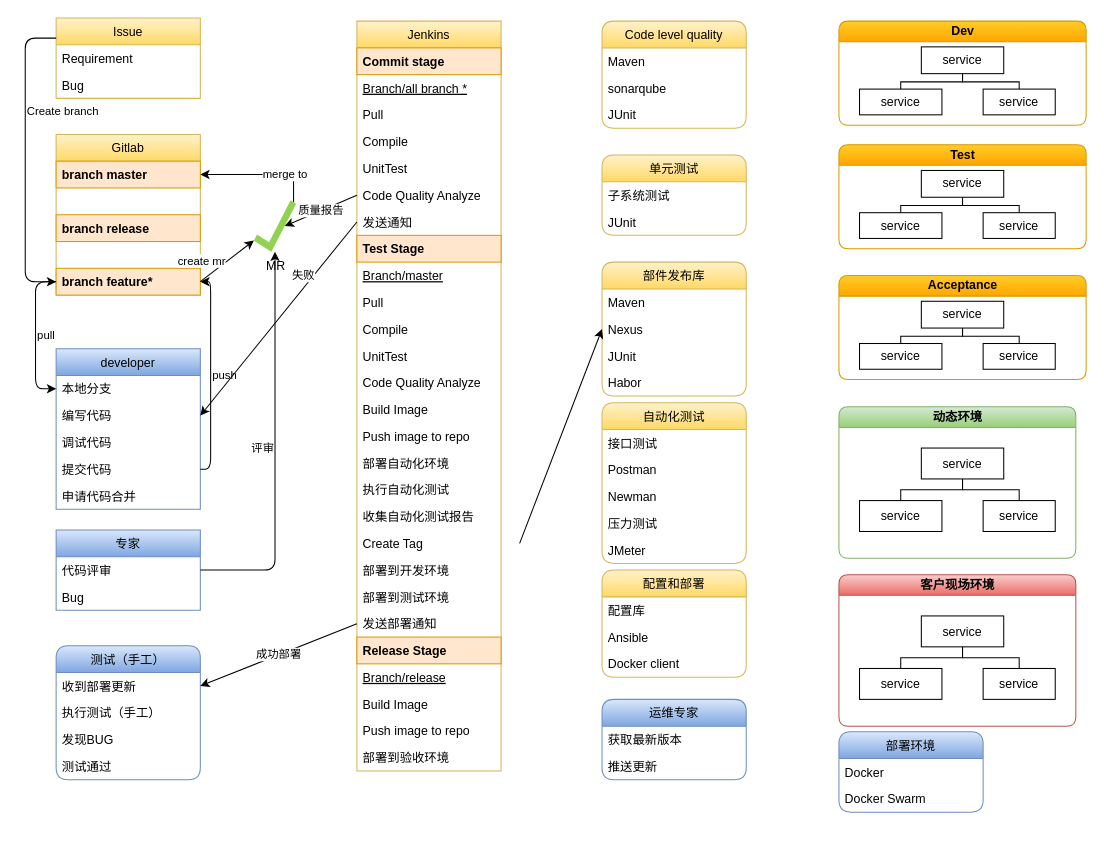
jasonhu/blog keeps this draw.io diagram as page "持续集成流水线" (3 of 3) of devops.drawio. Above is the earlier version. Source tidied: cells renumbered, new cells numbered last; positions are measured from the earlier drawing's top-left corner, leaving out a move shared by most shapes. Both pictures are drawn from the tidied source at 103%, with x=0, y=0 at pixel (25, 18).
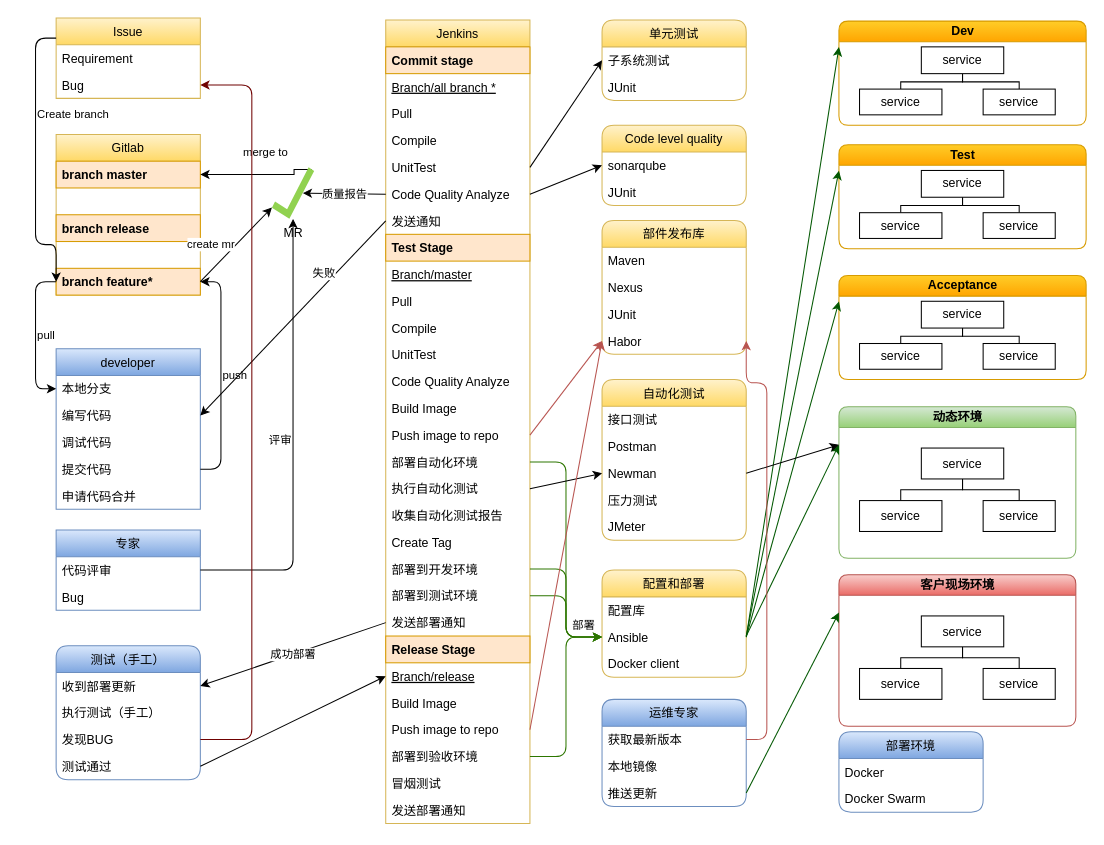
After the change.

The change refers to these unchanged cells:
```xml
<mxCell id="7" value="UnitTest" style="text;strokeColor=none;fillColor=none;align=left;verticalAlign=top;spacingLeft=4;spacingRight=4;overflow=hidden;points=[[0,0.5],[1,0.5]];portConstraint=eastwest;" parent="2" vertex="1">
<mxCell id="8" value="Code Quality Analyze" style="text;strokeColor=none;fillColor=none;align=left;verticalAlign=top;spacingLeft=4;spacingRight=4;overflow=hidden;points=[[0,0.5],[1,0.5]];portConstraint=eastwest;" parent="2" vertex="1">
<mxCell id="17" value="Push image to repo" style="text;strokeColor=none;fillColor=none;align=left;verticalAlign=top;spacingLeft=4;spacingRight=4;overflow=hidden;points=[[0,0.5],[1,0.5]];portConstraint=eastwest;" parent="2" vertex="1">
<mxCell id="18" value="部署自动化环境" style="text;strokeColor=none;fillColor=none;align=left;verticalAlign=top;spacingLeft=4;spacingRight=4;overflow=hidden;points=[[0,0.5],[1,0.5]];portConstraint=eastwest;" parent="2" vertex="1">
<mxCell id="19" value="执行自动化测试" style="text;strokeColor=none;fillColor=none;align=left;verticalAlign=top;spacingLeft=4;spacingRight=4;overflow=hidden;points=[[0,0.5],[1,0.5]];portConstraint=eastwest;" parent="2" vertex="1">
<mxCell id="22" value="部署到开发环境" style="text;strokeColor=none;fillColor=none;align=left;verticalAlign=top;spacingLeft=4;spacingRight=4;overflow=hidden;points=[[0,0.5],[1,0.5]];portConstraint=eastwest;" parent="2" vertex="1">
<mxCell id="23" value="部署到测试环境" style="text;strokeColor=none;fillColor=none;align=left;verticalAlign=top;spacingLeft=4;spacingRight=4;overflow=hidden;points=[[0,0.5],[1,0.5]];portConstraint=eastwest;" parent="2" vertex="1">
<mxCell id="26" value="Branch/release" style="text;strokeColor=none;fillColor=none;align=left;verticalAlign=top;spacingLeft=4;spacingRight=4;overflow=hidden;points=[[0,0.5],[1,0.5]];portConstraint=eastwest;fontStyle=4;" parent="2" vertex="1">
<mxCell id="28" value="Push image to repo" style="text;strokeColor=none;fillColor=none;align=left;verticalAlign=top;spacingLeft=4;spacingRight=4;overflow=hidden;points=[[0,0.5],[1,0.5]];portConstraint=eastwest;" parent="2" vertex="1">
<mxCell id="29" value="部署到验收环境" style="text;strokeColor=none;fillColor=none;align=left;verticalAlign=top;spacingLeft=4;spacingRight=4;overflow=hidden;points=[[0,0.5],[1,0.5]];portConstraint=eastwest;" parent="2" vertex="1">
<mxCell id="36" value="Nexus" style="text;strokeColor=none;fillColor=none;align=left;verticalAlign=top;spacingLeft=4;spacingRight=4;overflow=hidden;points=[[0,0.5],[1,0.5]];portConstraint=eastwest;" parent="34" vertex="1">
<mxCell id="38" value="Habor&#10;" style="text;strokeColor=none;fillColor=none;align=left;verticalAlign=top;spacingLeft=4;spacingRight=4;overflow=hidden;points=[[0,0.5],[1,0.5]];portConstraint=eastwest;" parent="34" vertex="1">
<mxCell id="40" value="子系统测试" style="text;strokeColor=none;fillColor=none;align=left;verticalAlign=top;spacingLeft=4;spacingRight=4;overflow=hidden;points=[[0,0.5],[1,0.5]];portConstraint=eastwest;" parent="39" vertex="1">
<mxCell id="45" value="Newman&#10;" style="text;strokeColor=none;fillColor=none;align=left;verticalAlign=top;spacingLeft=4;spacingRight=4;overflow=hidden;points=[[0,0.5],[1,0.5]];portConstraint=eastwest;" parent="42" vertex="1">
<mxCell id="50" value="Ansible" style="text;strokeColor=none;fillColor=none;align=left;verticalAlign=top;spacingLeft=4;spacingRight=4;overflow=hidden;points=[[0,0.5],[1,0.5]];portConstraint=eastwest;" parent="48" vertex="1">
<mxCell id="52" value="动态环境" style="swimlane;html=1;startSize=20;horizontal=1;containerType=tree;rounded=1;fillColor=#d5e8d4;gradientColor=#97d077;strokeColor=#82b366;" parent="1" vertex="1">
<mxCell id="59" value="Dev" style="swimlane;html=1;startSize=20;horizontal=1;containerType=tree;rounded=1;fillColor=#ffcd28;gradientColor=#ffa500;strokeColor=#d79b00;" parent="58" vertex="1">
<mxCell id="66" value="Test" style="swimlane;html=1;startSize=20;horizontal=1;containerType=tree;rounded=1;fillColor=#ffcd28;gradientColor=#ffa500;strokeColor=#d79b00;" parent="65" vertex="1">
<mxCell id="72" value="Acceptance" style="swimlane;html=1;startSize=20;horizontal=1;containerType=tree;rounded=1;fillColor=#ffcd28;gradientColor=#ffa500;strokeColor=#d79b00;" parent="1" vertex="1">
<mxCell id="78" value="客户现场环境" style="swimlane;html=1;startSize=20;horizontal=1;containerType=tree;rounded=1;fillColor=#f8cecc;gradientColor=#ea6b66;strokeColor=#b85450;" parent="1" vertex="1">
<mxCell id="85" value="获取最新版本" style="text;strokeColor=none;fillColor=none;align=left;verticalAlign=top;spacingLeft=4;spacingRight=4;overflow=hidden;points=[[0,0.5],[1,0.5]];portConstraint=eastwest;" parent="84" vertex="1">
<mxCell id="90" value="发现BUG" style="text;strokeColor=none;fillColor=none;align=left;verticalAlign=top;spacingLeft=4;spacingRight=4;overflow=hidden;points=[[0,0.5],[1,0.5]];portConstraint=eastwest;" parent="87" vertex="1">
<mxCell id="91" value="测试通过" style="text;strokeColor=none;fillColor=none;align=left;verticalAlign=top;spacingLeft=4;spacingRight=4;overflow=hidden;points=[[0,0.5],[1,0.5]];portConstraint=eastwest;" parent="87" vertex="1">
<mxCell id="95" value="Gitlab" style="swimlane;fontStyle=0;horizontal=1;startSize=26;fillColor=#fff2cc;gradientColor=#ffd966;strokeColor=#d6b656;" parent="1" vertex="1">
<mxCell id="100" value="branch feature*" style="text;strokeColor=#d79b00;fillColor=#ffe6cc;align=left;verticalAlign=top;spacingLeft=4;spacingRight=4;overflow=hidden;points=[[0,0.5],[1,0.5]];portConstraint=eastwest;fontStyle=1;" parent="95" vertex="1">
<mxCell id="101" value="Issue" style="swimlane;fontStyle=0;horizontal=1;startSize=26;rounded=0;swimlaneLine=1;gradientColor=#ffd966;fillColor=#fff2cc;strokeColor=#d6b656;" parent="1" vertex="1">
<mxCell id="103" value="Bug" style="text;strokeColor=none;fillColor=none;align=left;verticalAlign=top;spacingLeft=4;spacingRight=4;overflow=hidden;points=[[0,0.5],[1,0.5]];portConstraint=eastwest;" parent="101" vertex="1">
<mxCell id="108" value="提交代码&#10;" style="text;strokeColor=none;fillColor=none;align=left;verticalAlign=top;spacingLeft=4;spacingRight=4;overflow=hidden;points=[[0,0.5],[1,0.5]];portConstraint=eastwest;" parent="104" vertex="1">
```

Diff of the diagram source:
```diff
@@
     <mxCell id="2" value="Jenkins" style="swimlane;fontStyle=0;horizontal=1;startSize=26;fillColor=#fff2cc;gradientColor=#ffd966;strokeColor=#d6b656;" parent="1" vertex="1">
-      <mxGeometry x="322" y="3" width="140" height="728" as="geometry" />
+      <mxGeometry x="350" y="2" width="140" height="780" as="geometry" />
     </mxCell>
@@
+    <mxCell id="124" value="冒烟测试" style="text;strokeColor=none;fillColor=none;align=left;verticalAlign=top;spacingLeft=4;spacingRight=4;overflow=hidden;" parent="2" vertex="1">
+      <mxGeometry y="728" width="140" height="26" as="geometry" />
+    </mxCell>
+    <mxCell id="125" value="发送部署通知" style="text;strokeColor=none;fillColor=none;align=left;verticalAlign=top;spacingLeft=4;spacingRight=4;overflow=hidden;" parent="2" vertex="1">
+      <mxGeometry y="754" width="140" height="26" as="geometry" />
+    </mxCell>
     <mxCell id="30" value="Code level quality" style="swimlane;fontStyle=0;horizontal=1;startSize=26;fillColor=#fff2cc;rounded=1;strokeColor=#d6b656;swimlaneLine=1;gradientColor=#ffd966;" parent="1" vertex="1">
-      <mxGeometry x="560" y="3" width="140" height="104" as="geometry" />
+      <mxGeometry x="560" y="104" width="140" height="78" as="geometry" />
     </mxCell>
-    <mxCell id="31" value="Maven&#10;" style="text;strokeColor=none;fillColor=none;align=left;verticalAlign=top;spacingLeft=4;spacingRight=4;overflow=hidden;" parent="30" vertex="1">
-      <mxGeometry y="26" width="140" height="26" as="geometry" />
-    </mxCell>
     <mxCell id="32" value="sonarqube" style="text;strokeColor=none;fillColor=none;align=left;verticalAlign=top;spacingLeft=4;spacingRight=4;overflow=hidden;points=[[0,0.5],[1,0.5]];portConstraint=eastwest;" parent="30" vertex="1">
-      <mxGeometry y="52" width="140" height="26" as="geometry" />
+      <mxGeometry y="26" width="140" height="26" as="geometry" />
     </mxCell>
     <mxCell id="33" value="JUnit" style="text;strokeColor=none;fillColor=none;align=left;verticalAlign=top;spacingLeft=4;spacingRight=4;overflow=hidden;" parent="30" vertex="1">
-      <mxGeometry y="78" width="140" height="26" as="geometry" />
+      <mxGeometry y="52" width="140" height="26" as="geometry" />
     </mxCell>
     <mxCell id="34" value="部件发布库" style="swimlane;fontStyle=0;horizontal=1;startSize=26;fillColor=#fff2cc;rounded=1;strokeColor=#d6b656;gradientColor=#ffd966;" parent="1" vertex="1">
-      <mxGeometry x="560" y="237" width="140" height="130" as="geometry" />
+      <mxGeometry x="560" y="196.5" width="140" height="130" as="geometry" />
     </mxCell>
@@
     <mxCell id="39" value="单元测试" style="swimlane;fontStyle=0;horizontal=1;startSize=26;fillColor=#fff2cc;rounded=1;strokeColor=#d6b656;gradientColor=#ffd966;" parent="1" vertex="1">
-      <mxGeometry x="560" y="133" width="140" height="78" as="geometry" />
+      <mxGeometry x="560" y="2" width="140" height="78" as="geometry" />
     </mxCell>
@@
     <mxCell id="42" value="自动化测试" style="swimlane;fontStyle=0;horizontal=1;startSize=26;fillColor=#fff2cc;rounded=1;strokeColor=#d6b656;gradientColor=#ffd966;" parent="1" vertex="1">
-      <mxGeometry x="560" y="373.5" width="140" height="156" as="geometry" />
+      <mxGeometry x="560" y="351" width="140" height="156" as="geometry" />
     </mxCell>
@@
     <mxCell id="84" value="运维专家" style="swimlane;fontStyle=0;horizontal=1;startSize=26;fillColor=#dae8fc;rounded=1;strokeColor=#6c8ebf;gradientColor=#7ea6e0;" parent="1" vertex="1">
-      <mxGeometry x="560" y="661.5" width="140" height="78" as="geometry" />
+      <mxGeometry x="560" y="661.5" width="140" height="104" as="geometry" />
     </mxCell>
@@
-    <mxCell id="86" value="推送更新" style="text;strokeColor=none;fillColor=none;align=left;verticalAlign=top;spacingLeft=4;spacingRight=4;overflow=hidden;" parent="84" vertex="1">
+    <mxCell id="86" value="本地镜像" style="text;strokeColor=none;fillColor=none;align=left;verticalAlign=top;spacingLeft=4;spacingRight=4;overflow=hidden;" parent="84" vertex="1">
       <mxGeometry y="52" width="140" height="26" as="geometry" />
     </mxCell>
+    <mxCell id="126" value="推送更新" style="text;strokeColor=none;fillColor=none;align=left;verticalAlign=top;spacingLeft=4;spacingRight=4;overflow=hidden;points=[[0,0.5],[1,0.5]];portConstraint=eastwest;" parent="84" vertex="1">
+      <mxGeometry y="78" width="140" height="26" as="geometry" />
+    </mxCell>
@@
     <mxCell id="113" value="Create branch" style="endArrow=classic;html=1;entryX=0;entryY=0.5;entryDx=0;entryDy=0;exitX=0;exitY=0.25;exitDx=0;exitDy=0;edgeStyle=orthogonalEdgeStyle;align=left;" parent="1" edge="1" source="101" target="100">
       <mxGeometry x="-0.32" relative="1" as="geometry">
         <Array as="points">
-          <mxPoint y="20" />
-          <mxPoint y="256" />
+          <mxPoint x="10" y="20" />
+          <mxPoint x="10" y="220" />
+          <mxPoint x="30" y="220" />
         </Array>
       </mxGeometry>
     </mxCell>
@@
     <mxCell id="115" value="push" style="endArrow=classic;html=1;align=left;entryX=1;entryY=0.5;entryDx=0;entryDy=0;edgeStyle=orthogonalEdgeStyle;exitX=1;exitY=0.5;exitDx=0;exitDy=0;" parent="1" edge="1" source="108" target="100">
-      <mxGeometry relative="1" as="geometry" />
+      <mxGeometry relative="1" as="geometry">
+        <Array as="points">
+          <mxPoint x="190" y="438" />
+          <mxPoint x="190" y="256" />
+        </Array>
+      </mxGeometry>
     </mxCell>
     <mxCell id="116" value="merge to" style="edgeStyle=orthogonalEdgeStyle;rounded=0;jettySize=auto;html=1;align=left;entryX=1;entryY=0.25;entryDx=0;entryDy=0;exitX=0.94;exitY=0.04;exitDx=0;exitDy=0;exitPerimeter=0;" parent="1" edge="1" source="117" target="95">
-      <mxGeometry relative="1" as="geometry">
+      <mxGeometry x="0.29" y="-22" relative="1" as="geometry">
         <Array as="points">
           <mxPoint x="261" y="152" />
         </Array>
       </mxGeometry>
     </mxCell>
     <mxCell id="117" value="MR" style="shadow=0;dashed=0;html=1;strokeColor=none;labelPosition=center;verticalLabelPosition=bottom;verticalAlign=top;align=center;shape=mxgraph.mscae.general.checkmark;fillColor=#91D250;rounded=0;" parent="1" vertex="1">
-      <mxGeometry x="222" y="177" width="41" height="50" as="geometry" />
+      <mxGeometry x="239.5" y="145" width="41" height="50" as="geometry" />
     </mxCell>
@@
-    <mxCell id="123" style="endArrow=classic;html=1;align=center;entryX=0;entryY=0.5;entryDx=0;entryDy=0;" parent="1" edge="1" target="36">
-      <mxGeometry relative="1" as="geometry">
-        <mxPoint x="480" y="510" as="sourcePoint" />
-      </mxGeometry>
+    <mxCell id="123" style="endArrow=classic;html=1;align=center;entryX=0;entryY=0.5;entryDx=0;entryDy=0;exitX=1;exitY=0.5;exitDx=0;exitDy=0;gradientColor=#ea6b66;fillColor=#f8cecc;strokeColor=#b85450;" parent="1" edge="1" source="17" target="38">
+      <mxGeometry relative="1" as="geometry" />
     </mxCell>
+    <mxCell id="127" style="endArrow=classic;html=1;align=center;exitX=1;exitY=0.5;exitDx=0;exitDy=0;entryX=0;entryY=0.5;entryDx=0;entryDy=0;edgeStyle=orthogonalEdgeStyle;fillColor=#60a917;strokeColor=#2D7600;" parent="1" edge="1" source="18" target="50">
+      <mxGeometry relative="1" as="geometry" />
+    </mxCell>
+    <mxCell id="128" style="endArrow=classic;html=1;align=center;exitX=1;exitY=0.5;exitDx=0;exitDy=0;entryX=0;entryY=0.5;entryDx=0;entryDy=0;" parent="1" edge="1" source="19" target="45">
+      <mxGeometry relative="1" as="geometry" />
+    </mxCell>
+    <mxCell id="129" style="endArrow=classic;html=1;align=center;exitX=1;exitY=0.5;exitDx=0;exitDy=0;entryX=0;entryY=0.5;entryDx=0;entryDy=0;edgeStyle=orthogonalEdgeStyle;fillColor=#60a917;strokeColor=#2D7600;" parent="1" edge="1" source="22" target="50">
+      <mxGeometry relative="1" as="geometry" />
+    </mxCell>
+    <mxCell id="130" style="endArrow=classic;html=1;align=center;exitX=1;exitY=0.5;exitDx=0;exitDy=0;entryX=0;entryY=0.5;entryDx=0;entryDy=0;edgeStyle=orthogonalEdgeStyle;fillColor=#60a917;strokeColor=#2D7600;" parent="1" edge="1" source="23" target="50">
+      <mxGeometry relative="1" as="geometry" />
+    </mxCell>
+    <mxCell id="131" value="部署" style="endArrow=classic;html=1;align=center;exitX=1;exitY=0.5;exitDx=0;exitDy=0;entryX=0;entryY=0.5;entryDx=0;entryDy=0;edgeStyle=orthogonalEdgeStyle;fillColor=#60a917;strokeColor=#2D7600;" parent="1" edge="1" source="29" target="50">
+      <mxGeometry x="0.81" y="11" relative="1" as="geometry" />
+    </mxCell>
+    <mxCell id="132" style="endArrow=classic;html=1;align=center;exitX=1;exitY=0.5;exitDx=0;exitDy=0;entryX=0;entryY=0.5;entryDx=0;entryDy=0;gradientColor=#ea6b66;fillColor=#f8cecc;strokeColor=#b85450;" parent="1" edge="1" source="28" target="38">
+      <mxGeometry relative="1" as="geometry" />
+    </mxCell>
+    <mxCell id="133" style="endArrow=classic;html=1;align=center;entryX=0;entryY=0.25;entryDx=0;entryDy=0;fillColor=#008a00;strokeColor=#005700;" parent="1" edge="1" target="66">
+      <mxGeometry relative="1" as="geometry">
+        <mxPoint x="700" y="600" as="sourcePoint" />
+      </mxGeometry>
+    </mxCell>
+    <mxCell id="134" style="endArrow=classic;html=1;align=center;exitX=1;exitY=0.5;exitDx=0;exitDy=0;entryX=0;entryY=0.25;entryDx=0;entryDy=0;fillColor=#008a00;strokeColor=#005700;" parent="1" edge="1" source="50" target="72">
+      <mxGeometry relative="1" as="geometry" />
+    </mxCell>
+    <mxCell id="135" style="endArrow=classic;html=1;align=center;exitX=1;exitY=0.5;exitDx=0;exitDy=0;entryX=0;entryY=0.25;entryDx=0;entryDy=0;fillColor=#008a00;strokeColor=#005700;" parent="1" edge="1" source="50" target="59">
+      <mxGeometry relative="1" as="geometry" />
+    </mxCell>
+    <mxCell id="136" style="endArrow=classic;html=1;align=center;entryX=0;entryY=0.25;entryDx=0;entryDy=0;fillColor=#008a00;strokeColor=#005700;" parent="1" edge="1" target="52">
+      <mxGeometry relative="1" as="geometry">
+        <mxPoint x="700" y="600" as="sourcePoint" />
+      </mxGeometry>
+    </mxCell>
+    <mxCell id="137" style="endArrow=classic;html=1;align=center;entryX=0;entryY=0.25;entryDx=0;entryDy=0;exitX=1;exitY=0.5;exitDx=0;exitDy=0;fillColor=#008a00;strokeColor=#005700;" parent="1" edge="1" source="126" target="78">
+      <mxGeometry relative="1" as="geometry" />
+    </mxCell>
+    <mxCell id="138" style="endArrow=classic;html=1;align=center;entryX=1;entryY=0.5;entryDx=0;entryDy=0;exitX=1;exitY=0.5;exitDx=0;exitDy=0;edgeStyle=orthogonalEdgeStyle;gradientColor=#ea6b66;fillColor=#f8cecc;strokeColor=#b85450;" parent="1" edge="1" source="85" target="38">
+      <mxGeometry relative="1" as="geometry">
+        <Array as="points">
+          <mxPoint x="720" y="701" />
+          <mxPoint x="720" y="354" />
+        </Array>
+      </mxGeometry>
+    </mxCell>
+    <mxCell id="139" style="endArrow=classic;html=1;align=center;entryX=0;entryY=0.5;entryDx=0;entryDy=0;exitX=1;exitY=0.5;exitDx=0;exitDy=0;" parent="1" edge="1" source="8" target="32">
+      <mxGeometry relative="1" as="geometry" />
+    </mxCell>
+    <mxCell id="140" style="endArrow=classic;html=1;align=center;exitX=1;exitY=0.5;exitDx=0;exitDy=0;entryX=0;entryY=0.5;entryDx=0;entryDy=0;" parent="1" edge="1" source="7" target="40">
+      <mxGeometry relative="1" as="geometry" />
+    </mxCell>
+    <mxCell id="141" style="endArrow=classic;html=1;align=center;exitX=1;exitY=0.5;exitDx=0;exitDy=0;entryX=1;entryY=0.5;entryDx=0;entryDy=0;edgeStyle=orthogonalEdgeStyle;fillColor=#a20025;strokeColor=#6F0000;" parent="1" edge="1" source="90" target="103">
+      <mxGeometry relative="1" as="geometry">
+        <Array as="points">
+          <mxPoint x="220" y="701" />
+          <mxPoint x="220" y="65" />
+        </Array>
+      </mxGeometry>
+    </mxCell>
+    <mxCell id="142" style="endArrow=classic;html=1;align=center;exitX=1;exitY=0.5;exitDx=0;exitDy=0;entryX=0;entryY=0.5;entryDx=0;entryDy=0;" parent="1" edge="1" source="91" target="26">
+      <mxGeometry relative="1" as="geometry" />
+    </mxCell>
+    <mxCell id="143" style="endArrow=classic;html=1;align=center;exitX=1;exitY=0.5;exitDx=0;exitDy=0;entryX=0;entryY=0.25;entryDx=0;entryDy=0;" parent="1" edge="1" source="45" target="52">
+      <mxGeometry relative="1" as="geometry" />
+    </mxCell>
```
